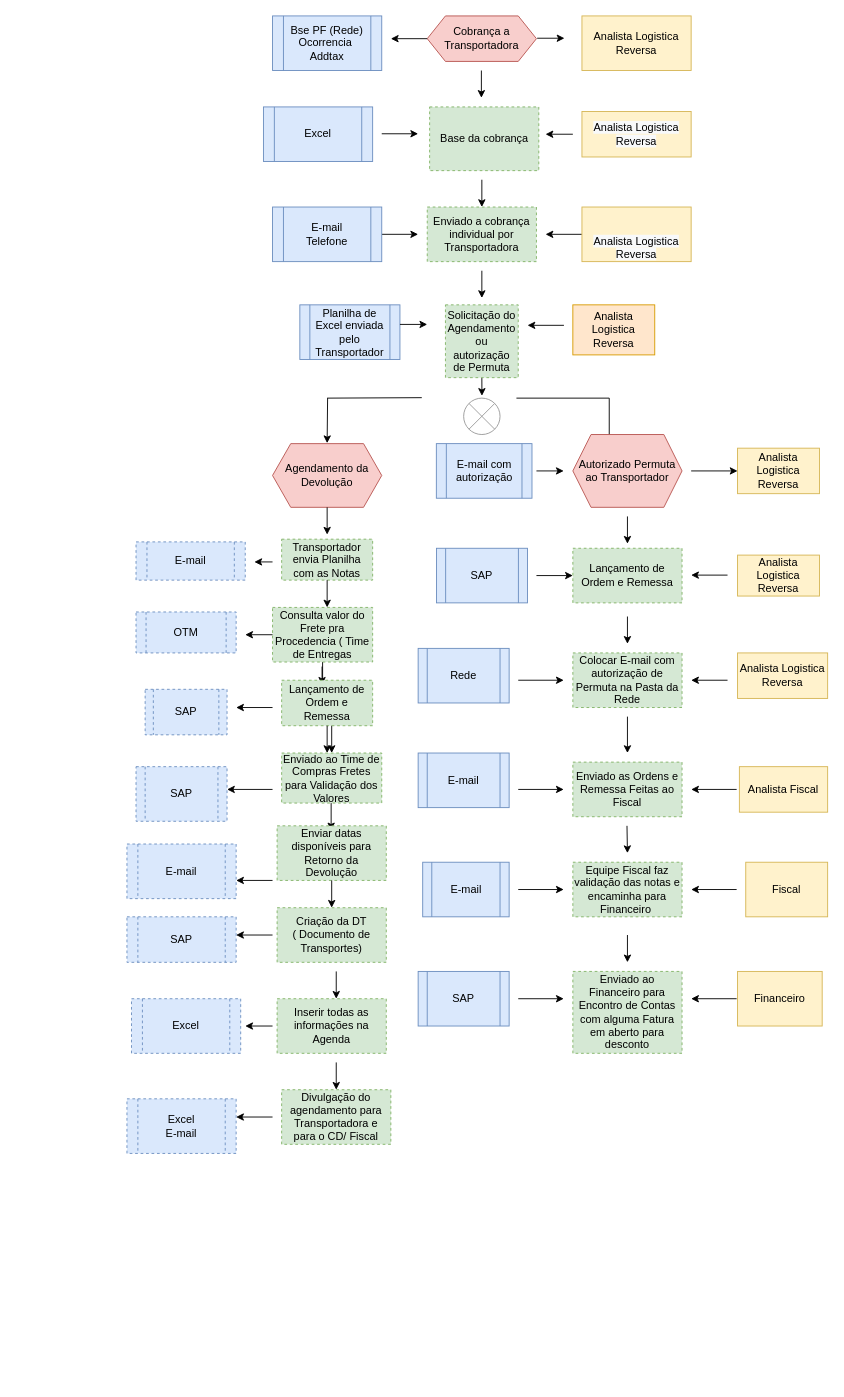
Earlier version of the draw.io diagram page "Page-1" (1 of 2) of Untitled Diagram.drawio (Camila1445/205154). Source tidied: cells renumbered, new cells numbered last; positions are measured from the earlier drawing's top-left corner, leaving out a move shared by most shapes. Both pictures are drawn from the tidied source at 91%, with x=0, y=0 at pixel (126, 15).
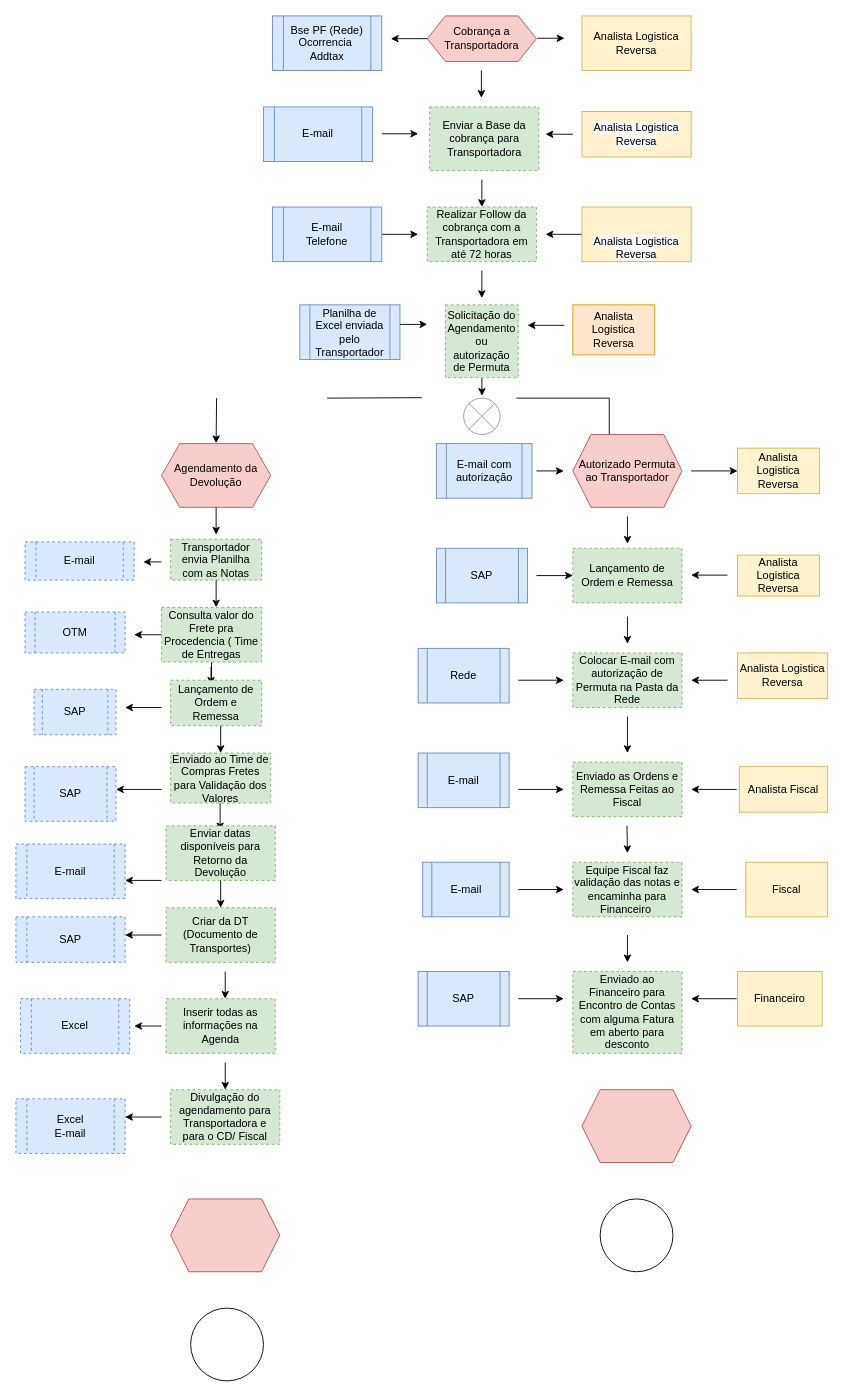
The same diagram, later.

Change to the diagram source:
```diff
@@
     <mxCell id="9" style="endArrow=classic;html=1;rounded=0;" parent="1" edge="1">
       <mxGeometry relative="1" as="geometry">
-        <mxPoint x="220.5" y="420" as="sourcePoint" />
-        <mxPoint x="220" y="469.5" as="targetPoint" />
+        <mxPoint x="98.5" y="420" as="sourcePoint" />
+        <mxPoint x="98" y="469.5" as="targetPoint" />
       </mxGeometry>
     </mxCell>
@@
     <mxCell id="13" value="Agendamento da Devolução" style="shape=hexagon;perimeter=hexagonPerimeter2;whiteSpace=wrap;html=1;fixedSize=1;strokeColor=#b85450;fillColor=#f8cecc;" parent="1" vertex="1">
-      <mxGeometry x="160" y="470" width="120" height="70" as="geometry" />
+      <mxGeometry x="38" y="470" width="120" height="70" as="geometry" />
     </mxCell>
@@
-    <mxCell id="54" value="Base da cobrança" style="rounded=0;whiteSpace=wrap;html=1;dashed=1;fillColor=#d5e8d4;strokeColor=#82b366;" parent="1" vertex="1">
+    <mxCell id="54" value="Enviar a Base da cobrança para Transportadora" style="rounded=0;whiteSpace=wrap;html=1;dashed=1;fillColor=#d5e8d4;strokeColor=#82b366;" parent="1" vertex="1">
       <mxGeometry x="332.6" y="100" width="120" height="70" as="geometry" />
     </mxCell>
@@
-    <mxCell id="58" value="Excel" style="shape=process;whiteSpace=wrap;html=1;backgroundOutline=1;fillColor=#dae8fc;strokeColor=#6c8ebf;" parent="1" vertex="1">
+    <mxCell id="58" value="E-mail" style="shape=process;whiteSpace=wrap;html=1;backgroundOutline=1;fillColor=#dae8fc;strokeColor=#6c8ebf;" parent="1" vertex="1">
       <mxGeometry x="150" y="100" width="120" height="60" as="geometry" />
     </mxCell>
@@
-    <mxCell id="61" value="Enviado a cobrança individual por Transportadora" style="rounded=0;whiteSpace=wrap;html=1;dashed=1;fillColor=#d5e8d4;strokeColor=#82b366;" parent="1" vertex="1">
+    <mxCell id="61" value="Realizar Follow da cobrança com a Transportadora em até 72 horas" style="rounded=0;whiteSpace=wrap;html=1;dashed=1;fillColor=#d5e8d4;strokeColor=#82b366;" parent="1" vertex="1">
       <mxGeometry x="330" y="210" width="120" height="60" as="geometry" />
     </mxCell>
@@
     <mxCell id="66" style="endArrow=classic;html=1;rounded=0;exitX=0.5;exitY=1;exitDx=0;exitDy=0;" parent="1" edge="1" source="13">
       <mxGeometry relative="1" as="geometry">
-        <mxPoint x="220" y="570" as="targetPoint" />
+        <mxPoint x="98" y="570" as="targetPoint" />
       </mxGeometry>
     </mxCell>
     <mxCell id="67" value="Transportador envia Planilha com as Notas" style="rounded=0;whiteSpace=wrap;html=1;dashed=1;fillColor=#d5e8d4;strokeColor=#82b366;" parent="1" vertex="1">
-      <mxGeometry x="170" y="575" width="100" height="45" as="geometry" />
+      <mxGeometry x="48" y="575" width="100" height="45" as="geometry" />
     </mxCell>
     <mxCell id="68" style="endArrow=classic;html=1;rounded=0;exitX=0.5;exitY=1;exitDx=0;exitDy=0;" parent="1" edge="1" source="67">
       <mxGeometry relative="1" as="geometry">
-        <mxPoint x="220" y="650" as="targetPoint" />
+        <mxPoint x="98" y="650" as="targetPoint" />
       </mxGeometry>
     </mxCell>
@@
     <mxCell id="70" value="Consulta valor do Frete pra Procedencia ( Time de Entregas" style="rounded=0;whiteSpace=wrap;html=1;dashed=1;fillColor=#d5e8d4;strokeColor=#82b366;" parent="1" vertex="1">
-      <mxGeometry x="160" y="650" width="110" height="60" as="geometry" />
+      <mxGeometry x="38" y="650" width="110" height="60" as="geometry" />
     </mxCell>
     <mxCell id="71" style="endArrow=classic;html=1;rounded=0;" parent="1" edge="1">
       <mxGeometry relative="1" as="geometry">
-        <mxPoint x="160" y="600" as="sourcePoint" />
-        <mxPoint x="140" y="600" as="targetPoint" />
+        <mxPoint x="38" y="600" as="sourcePoint" />
+        <mxPoint x="18" y="600" as="targetPoint" />
       </mxGeometry>
     </mxCell>
     <mxCell id="72" value="E-mail" style="shape=process;whiteSpace=wrap;html=1;backgroundOutline=1;dashed=1;fillColor=#dae8fc;strokeColor=#6c8ebf;" parent="1" vertex="1">
-      <mxGeometry x="10" y="578" width="120" height="42" as="geometry" />
+      <mxGeometry x="-112" y="578" width="120" height="42" as="geometry" />
     </mxCell>
     <mxCell id="73" style="endArrow=classic;html=1;rounded=0;exitX=0;exitY=0.5;exitDx=0;exitDy=0;" parent="1" edge="1" source="70">
       <mxGeometry relative="1" as="geometry">
-        <mxPoint x="130" y="680" as="targetPoint" />
+        <mxPoint x="8" y="680" as="targetPoint" />
       </mxGeometry>
     </mxCell>
     <mxCell id="74" value="OTM" style="shape=process;whiteSpace=wrap;html=1;backgroundOutline=1;dashed=1;fillColor=#dae8fc;strokeColor=#6c8ebf;" parent="1" vertex="1">
-      <mxGeometry x="10" y="655" width="110" height="45" as="geometry" />
+      <mxGeometry x="-112" y="655" width="110" height="45" as="geometry" />
     </mxCell>
     <mxCell id="75" style="endArrow=classic;html=1;rounded=0;" parent="1" edge="1">
       <mxGeometry relative="1" as="geometry">
-        <mxPoint x="214.4" y="715" as="sourcePoint" />
-        <mxPoint x="214.4" y="735" as="targetPoint" />
+        <mxPoint x="92.4" y="715" as="sourcePoint" />
+        <mxPoint x="92.4" y="735" as="targetPoint" />
         <Array as="points">
-          <mxPoint x="214.4" y="735" />
+          <mxPoint x="92.4" y="735" />
         </Array>
       </mxGeometry>
     </mxCell>
     <mxCell id="76" value="Lançamento de Ordem e Remessa" style="rounded=0;whiteSpace=wrap;html=1;dashed=1;fillColor=#d5e8d4;strokeColor=#82b366;" parent="1" vertex="1">
-      <mxGeometry x="170" y="730" width="100" height="50" as="geometry" />
+      <mxGeometry x="48" y="730" width="100" height="50" as="geometry" />
     </mxCell>
     <mxCell id="77" style="endArrow=classic;html=1;rounded=0;" parent="1" edge="1">
       <mxGeometry relative="1" as="geometry">
-        <mxPoint x="160" y="760" as="sourcePoint" />
-        <mxPoint x="120" y="760" as="targetPoint" />
+        <mxPoint x="38" y="760" as="sourcePoint" />
+        <mxPoint x="-2" y="760" as="targetPoint" />
       </mxGeometry>
     </mxCell>
     <mxCell id="78" value="SAP" style="shape=process;whiteSpace=wrap;html=1;backgroundOutline=1;dashed=1;fillColor=#dae8fc;strokeColor=#6c8ebf;" parent="1" vertex="1">
-      <mxGeometry x="20" y="740" width="90" height="50" as="geometry" />
+      <mxGeometry x="-102" y="740" width="90" height="50" as="geometry" />
     </mxCell>
-    <mxCell id="79" style="endArrow=classic;html=1;rounded=0;exitX=0.5;exitY=1;exitDx=0;exitDy=0;" parent="1" edge="1" source="76">
-      <mxGeometry relative="1" as="geometry">
-        <mxPoint x="220" y="810" as="targetPoint" />
-      </mxGeometry>
-    </mxCell>
     <mxCell id="80" value="Enviado ao Time de Compras Fretes para Validação dos Valores" style="rounded=0;whiteSpace=wrap;html=1;dashed=1;fillColor=#d5e8d4;strokeColor=#82b366;" parent="1" vertex="1">
-      <mxGeometry x="170" y="810" width="110" height="55" as="geometry" />
+      <mxGeometry x="48" y="810" width="110" height="55" as="geometry" />
     </mxCell>
     <mxCell id="81" style="endArrow=classic;html=1;rounded=0;" parent="1" edge="1">
       <mxGeometry relative="1" as="geometry">
-        <mxPoint x="160" y="850" as="sourcePoint" />
-        <mxPoint x="110" y="850" as="targetPoint" />
+        <mxPoint x="38" y="850" as="sourcePoint" />
+        <mxPoint x="-12" y="850" as="targetPoint" />
       </mxGeometry>
     </mxCell>
     <mxCell id="82" value="SAP" style="shape=process;whiteSpace=wrap;html=1;backgroundOutline=1;dashed=1;fillColor=#dae8fc;strokeColor=#6c8ebf;" parent="1" vertex="1">
-      <mxGeometry x="10" y="825" width="100" height="60" as="geometry" />
+      <mxGeometry x="-112" y="825" width="100" height="60" as="geometry" />
     </mxCell>
     <mxCell id="83" style="endArrow=classic;html=1;rounded=0;" parent="1" edge="1">
       <mxGeometry relative="1" as="geometry">
-        <mxPoint x="224.4" y="865" as="sourcePoint" />
-        <mxPoint x="224.4" y="895" as="targetPoint" />
+        <mxPoint x="102.4" y="865" as="sourcePoint" />
+        <mxPoint x="102.4" y="895" as="targetPoint" />
       </mxGeometry>
     </mxCell>
     <mxCell id="84" value="Enviar datas disponíveis para Retorno da Devolução" style="rounded=0;whiteSpace=wrap;html=1;dashed=1;fillColor=#d5e8d4;strokeColor=#82b366;" parent="1" vertex="1">
-      <mxGeometry x="165" y="890" width="120" height="60" as="geometry" />
+      <mxGeometry x="43" y="890" width="120" height="60" as="geometry" />
     </mxCell>
     <mxCell id="85" style="endArrow=classic;html=1;rounded=0;" parent="1" edge="1">
       <mxGeometry relative="1" as="geometry">
-        <mxPoint x="160" y="950" as="sourcePoint" />
-        <mxPoint x="120" y="950" as="targetPoint" />
+        <mxPoint x="38" y="950" as="sourcePoint" />
+        <mxPoint x="-2" y="950" as="targetPoint" />
       </mxGeometry>
     </mxCell>
     <mxCell id="86" value="E-mail" style="shape=process;whiteSpace=wrap;html=1;backgroundOutline=1;dashed=1;fillColor=#dae8fc;strokeColor=#6c8ebf;" parent="1" vertex="1">
-      <mxGeometry y="910" width="120" height="60" as="geometry" />
+      <mxGeometry x="-122" y="910" width="120" height="60" as="geometry" />
     </mxCell>
-    <mxCell id="87" value="Criação da DT &lt;br&gt;( Documento de Transportes)" style="rounded=0;whiteSpace=wrap;html=1;dashed=1;fillColor=#d5e8d4;strokeColor=#82b366;" parent="1" vertex="1">
-      <mxGeometry x="165" y="980" width="120" height="60" as="geometry" />
+    <mxCell id="87" value="Criar da DT &lt;br&gt;(Documento de Transportes)" style="rounded=0;whiteSpace=wrap;html=1;dashed=1;fillColor=#d5e8d4;strokeColor=#82b366;" parent="1" vertex="1">
+      <mxGeometry x="43" y="980" width="120" height="60" as="geometry" />
     </mxCell>
@@
     <mxCell id="89" style="endArrow=classic;html=1;rounded=0;exitX=0.5;exitY=1;exitDx=0;exitDy=0;" parent="1" edge="1" source="84">
       <mxGeometry relative="1" as="geometry">
-        <mxPoint x="225" y="980" as="targetPoint" />
+        <mxPoint x="103" y="980" as="targetPoint" />
       </mxGeometry>
     </mxCell>
     <mxCell id="90" style="endArrow=classic;html=1;rounded=0;" parent="1" edge="1">
       <mxGeometry relative="1" as="geometry">
-        <mxPoint x="160" y="1010" as="sourcePoint" />
-        <mxPoint x="120" y="1010" as="targetPoint" />
+        <mxPoint x="38" y="1010" as="sourcePoint" />
+        <mxPoint x="-2" y="1010" as="targetPoint" />
       </mxGeometry>
     </mxCell>
     <mxCell id="91" value="SAP" style="shape=process;whiteSpace=wrap;html=1;backgroundOutline=1;dashed=1;fillColor=#dae8fc;strokeColor=#6c8ebf;" parent="1" vertex="1">
-      <mxGeometry y="990" width="120" height="50" as="geometry" />
+      <mxGeometry x="-122" y="990" width="120" height="50" as="geometry" />
     </mxCell>
     <mxCell id="92" style="endArrow=classic;html=1;rounded=0;" parent="1" edge="1">
       <mxGeometry relative="1" as="geometry">
-        <mxPoint x="230" y="1050" as="sourcePoint" />
-        <mxPoint x="230" y="1080" as="targetPoint" />
+        <mxPoint x="108" y="1050" as="sourcePoint" />
+        <mxPoint x="108" y="1080" as="targetPoint" />
       </mxGeometry>
     </mxCell>
     <mxCell id="93" value="Inserir todas as informações na Agenda" style="rounded=0;whiteSpace=wrap;html=1;dashed=1;fillColor=#d5e8d4;strokeColor=#82b366;" parent="1" vertex="1">
-      <mxGeometry x="165" y="1080" width="120" height="60" as="geometry" />
+      <mxGeometry x="43" y="1080" width="120" height="60" as="geometry" />
     </mxCell>
     <mxCell id="94" style="endArrow=classic;html=1;rounded=0;" parent="1" edge="1">
       <mxGeometry relative="1" as="geometry">
-        <mxPoint x="160" y="1110" as="sourcePoint" />
-        <mxPoint x="130" y="1110" as="targetPoint" />
+        <mxPoint x="38" y="1110" as="sourcePoint" />
+        <mxPoint x="8" y="1110" as="targetPoint" />
       </mxGeometry>
     </mxCell>
     <mxCell id="95" value="Excel" style="shape=process;whiteSpace=wrap;html=1;backgroundOutline=1;dashed=1;fillColor=#dae8fc;strokeColor=#6c8ebf;" parent="1" vertex="1">
-      <mxGeometry x="5" y="1080" width="120" height="60" as="geometry" />
+      <mxGeometry x="-117" y="1080" width="120" height="60" as="geometry" />
     </mxCell>
     <mxCell id="96" style="endArrow=classic;html=1;rounded=0;" parent="1" edge="1">
       <mxGeometry relative="1" as="geometry">
-        <mxPoint x="230" y="1150" as="sourcePoint" />
-        <mxPoint x="230" y="1180" as="targetPoint" />
+        <mxPoint x="108" y="1150" as="sourcePoint" />
+        <mxPoint x="108" y="1180" as="targetPoint" />
       </mxGeometry>
     </mxCell>
     <mxCell id="97" value="Divulgação do agendamento para Transportadora e para o CD/ Fiscal" style="rounded=0;whiteSpace=wrap;html=1;dashed=1;fillColor=#d5e8d4;strokeColor=#82b366;" parent="1" vertex="1">
-      <mxGeometry x="170" y="1180" width="120" height="60" as="geometry" />
+      <mxGeometry x="48" y="1180" width="120" height="60" as="geometry" />
     </mxCell>
     <mxCell id="98" style="endArrow=classic;html=1;rounded=0;" parent="1" edge="1">
       <mxGeometry relative="1" as="geometry">
-        <mxPoint x="160" y="1210" as="sourcePoint" />
-        <mxPoint x="120" y="1210" as="targetPoint" />
+        <mxPoint x="38" y="1210" as="sourcePoint" />
+        <mxPoint x="-2" y="1210" as="targetPoint" />
       </mxGeometry>
     </mxCell>
     <mxCell id="99" value="Excel&lt;br&gt;E-mail" style="shape=process;whiteSpace=wrap;html=1;backgroundOutline=1;dashed=1;fillColor=#dae8fc;strokeColor=#6c8ebf;" parent="1" vertex="1">
-      <mxGeometry y="1190" width="120" height="60" as="geometry" />
+      <mxGeometry x="-122" y="1190" width="120" height="60" as="geometry" />
     </mxCell>
+    <mxCell id="100" style="shape=hexagon;perimeter=hexagonPerimeter2;whiteSpace=wrap;html=1;fixedSize=1;fillColor=#f8cecc;strokeColor=#b85450;" parent="1" vertex="1">
+      <mxGeometry x="500" y="1180" width="120" height="80" as="geometry" />
+    </mxCell>
+    <mxCell id="101" style="ellipse;whiteSpace=wrap;html=1;" parent="1" vertex="1">
+      <mxGeometry x="520" y="1300" width="80" height="80" as="geometry" />
+    </mxCell>
+    <mxCell id="102" style="shape=hexagon;perimeter=hexagonPerimeter2;whiteSpace=wrap;html=1;fixedSize=1;fillColor=#f8cecc;strokeColor=#b85450;" parent="1" vertex="1">
+      <mxGeometry x="48" y="1300" width="120" height="80" as="geometry" />
+    </mxCell>
+    <mxCell id="103" style="ellipse;whiteSpace=wrap;html=1;" parent="1" vertex="1">
+      <mxGeometry x="70" y="1420" width="80" height="80" as="geometry" />
+    </mxCell>
```
